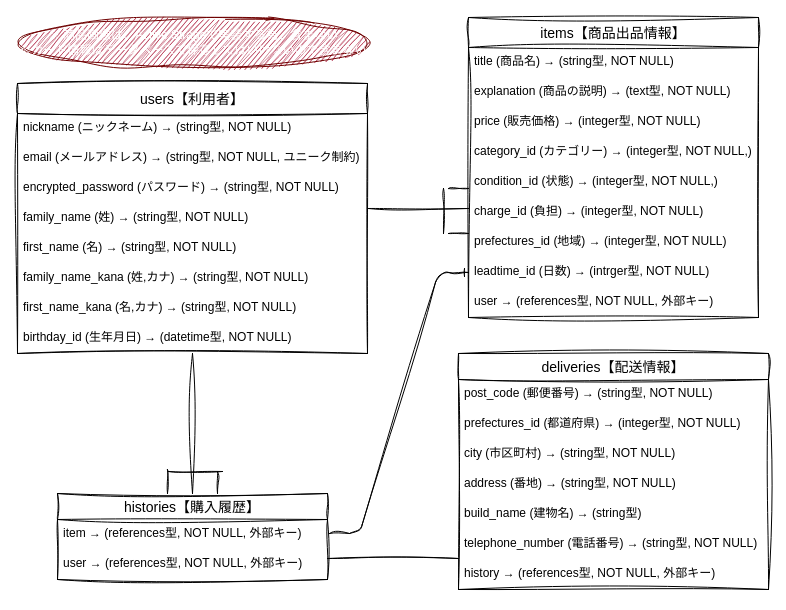
ashidakentaro/furima-39645 keeps this draw.io diagram as furima.dio. Above is the earlier version. Source tidied: cells renumbered, new cells numbered last; positions are measured from the earlier drawing's top-left corner, leaving out a move shared by most shapes. Both pictures are drawn from the tidied source at 100%, with x=0, y=0 at pixel (17, 17).
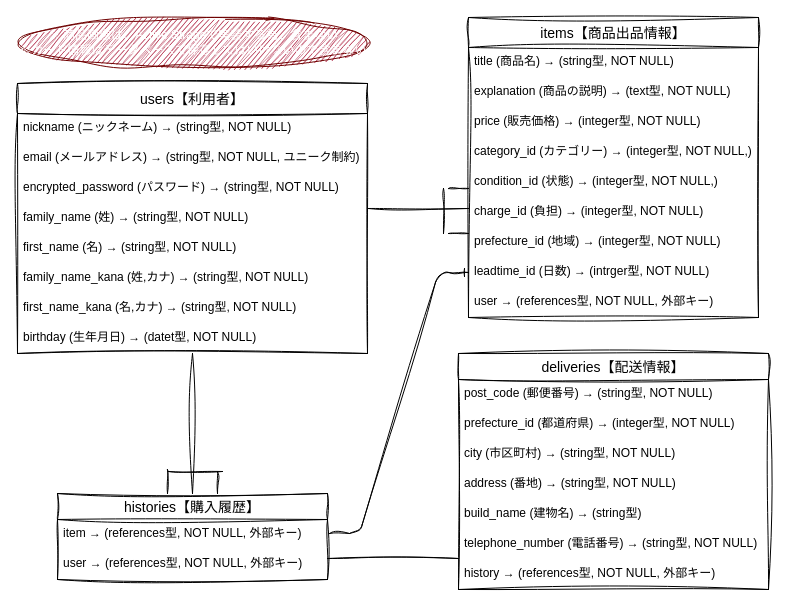
The same page after the edit.

Commit message (it also covers changes not shown here):
データベース設計(再々修正)

Unchanged cells that the change refers to:
```xml
<mxCell id="2" value="items【商品出品情報】" style="swimlane;fontStyle=0;horizontal=1;startSize=30;align=center;fontSize=14;sketch=1;curveFitting=1;jiggle=2;" parent="1" vertex="1">
  <mxGeometry x="451" width="290" height="300" as="geometry" />
</mxCell>
<mxCell id="12" value="users【利用者】" style="swimlane;fontStyle=0;horizontal=1;startSize=30;align=center;fontSize=14;sketch=1;curveFitting=1;jiggle=2;" parent="1" vertex="1">
  <mxGeometry y="66" width="350" height="270" as="geometry" />
</mxCell>
<mxCell id="21" value="deliveries【配送情報】" style="swimlane;fontStyle=0;horizontal=1;startSize=26;align=center;fontSize=14;sketch=1;curveFitting=1;jiggle=2;" parent="1" vertex="1">
  <mxGeometry x="441" y="336" width="310" height="236" as="geometry" />
</mxCell>
```

What changed in the source:
```diff
@@
-    <mxCell id="9" value="prefectures_id (地域) → (integer型, NOT NULL)" style="text;strokeColor=none;fillColor=none;spacingLeft=4;spacingRight=4;overflow=hidden;fontSize=12;sketch=1;curveFitting=1;jiggle=2;" parent="2" vertex="1">
+    <mxCell id="9" value="prefecture_id (地域) → (integer型, NOT NULL)" style="text;strokeColor=none;fillColor=none;spacingLeft=4;spacingRight=4;overflow=hidden;fontSize=12;sketch=1;curveFitting=1;jiggle=2;" parent="2" vertex="1">
       <mxGeometry y="210" width="290" height="30" as="geometry" />
     </mxCell>
@@
-    <mxCell id="20" value="birthday_id (生年月日) → (datetime型, NOT NULL)" style="text;strokeColor=none;fillColor=none;spacingLeft=4;spacingRight=4;overflow=hidden;fontSize=12;sketch=1;curveFitting=1;jiggle=2;" parent="12" vertex="1">
+    <mxCell id="20" value="birthday (生年月日) → (datet型, NOT NULL)" style="text;strokeColor=none;fillColor=none;spacingLeft=4;spacingRight=4;overflow=hidden;fontSize=12;sketch=1;curveFitting=1;jiggle=2;" parent="12" vertex="1">
       <mxGeometry y="240" width="350" height="30" as="geometry" />
     </mxCell>
@@
-    <mxCell id="23" value="prefectures_id (都道府県) → (integer型, NOT NULL)" style="text;strokeColor=none;fillColor=none;spacingLeft=4;spacingRight=4;overflow=hidden;fontSize=12;sketch=1;curveFitting=1;jiggle=2;" parent="21" vertex="1">
+    <mxCell id="23" value="prefecture_id (都道府県) → (integer型, NOT NULL)" style="text;strokeColor=none;fillColor=none;spacingLeft=4;spacingRight=4;overflow=hidden;fontSize=12;sketch=1;curveFitting=1;jiggle=2;" parent="21" vertex="1">
       <mxGeometry y="56" width="310" height="30" as="geometry" />
     </mxCell>
```
